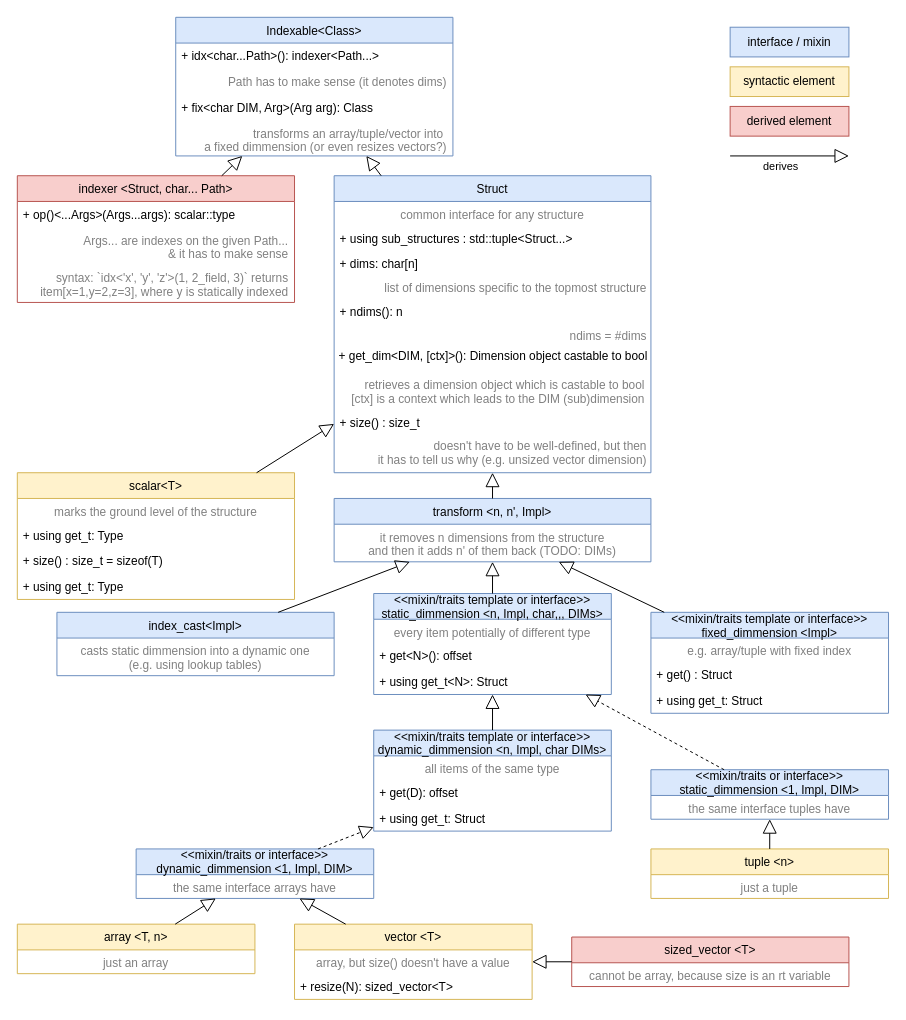
Before: policies/prototype/diagram.drawio in ParaCoToUl/noarr-structures, a draw.io diagram. Source tidied: cells renumbered, new cells numbered last; positions are measured from the earlier drawing's top-left corner, leaving out a move shared by most shapes. Both pictures are drawn from the tidied source at 99%, with x=0, y=0 at pixel (17, 17).
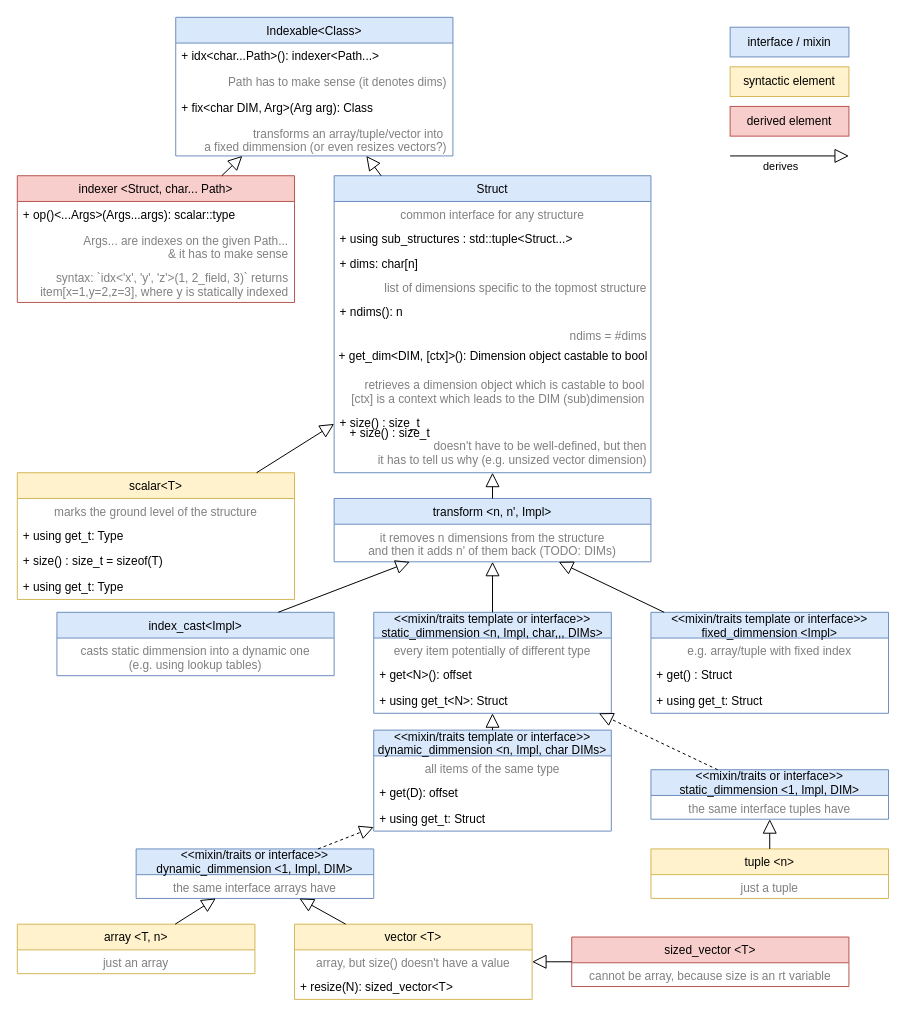
Above is the later version.

Diff of the diagram source:
```diff
@@
     <mxCell id="2" value="&lt;&lt;mixin/traits template or interface&gt;&gt;&#10;static_dimmension &lt;n, Impl, char,,, DIMs&gt;" style="swimlane;fontStyle=0;horizontal=1;startSize=26;fillColor=#dae8fc;strokeColor=#6c8ebf;" parent="1" vertex="1">
-      <mxGeometry x="360" y="582" width="240" height="102" as="geometry" />
+      <mxGeometry x="360" y="601" width="240" height="102" as="geometry" />
     </mxCell>
@@
+    <mxCell id="75" value="+ size() : size_t" style="text;strokeColor=none;fillColor=none;align=left;verticalAlign=top;spacingLeft=4;spacingRight=4;overflow=hidden;" parent="1" vertex="1">
+      <mxGeometry x="330" y="406" width="320" height="26" as="geometry" />
+    </mxCell>
```
